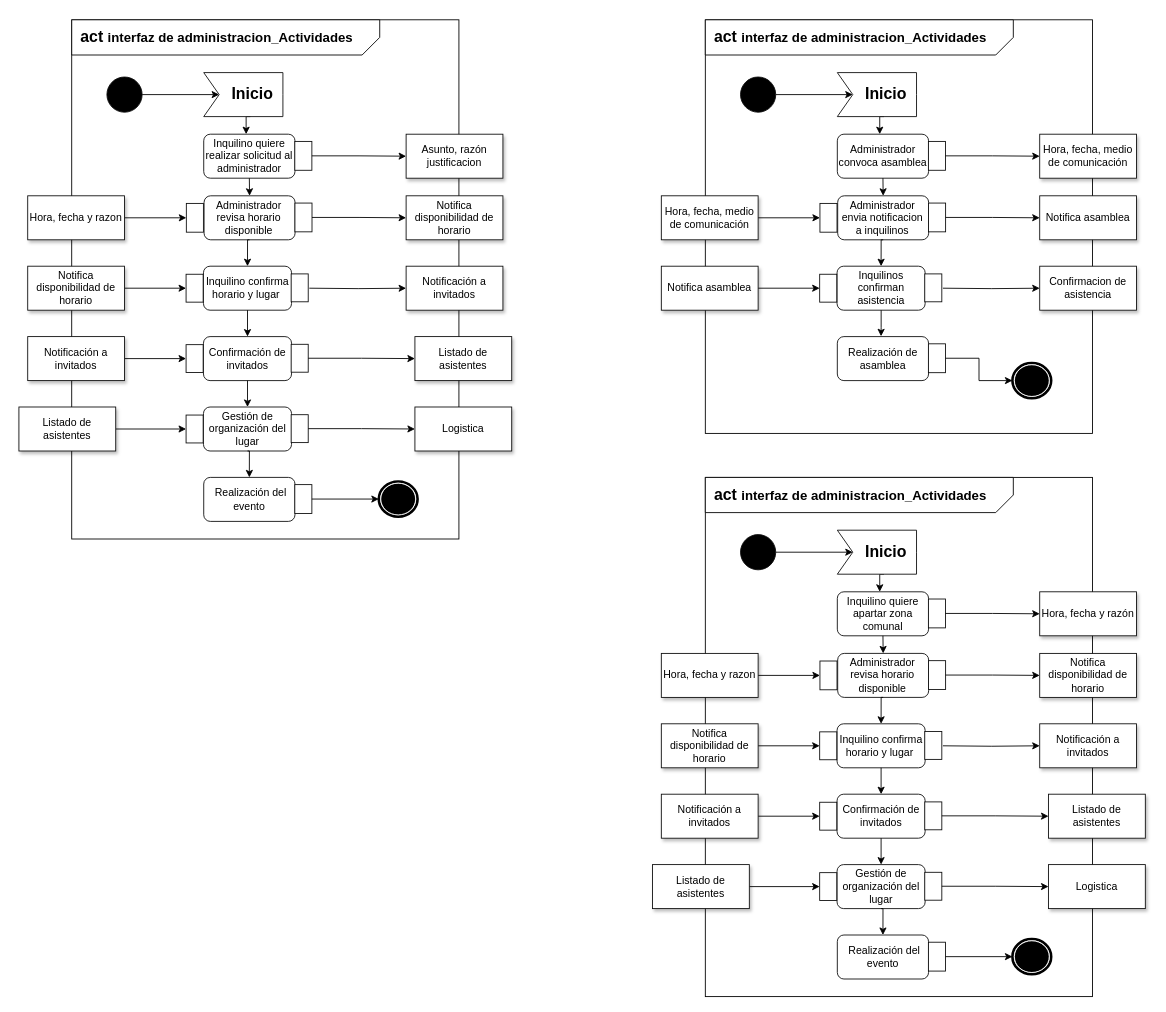
The draw.io diagram Untitled Diagram.drawio in mnivia/Administracion-unidades-cerradas, before the edit. Source tidied: cells renumbered, new cells numbered last; positions are measured from the earlier drawing's top-left corner, leaving out a move shared by most shapes. Both pictures are drawn from the tidied source at 88%, with x=0, y=0 at pixel (18, 19).
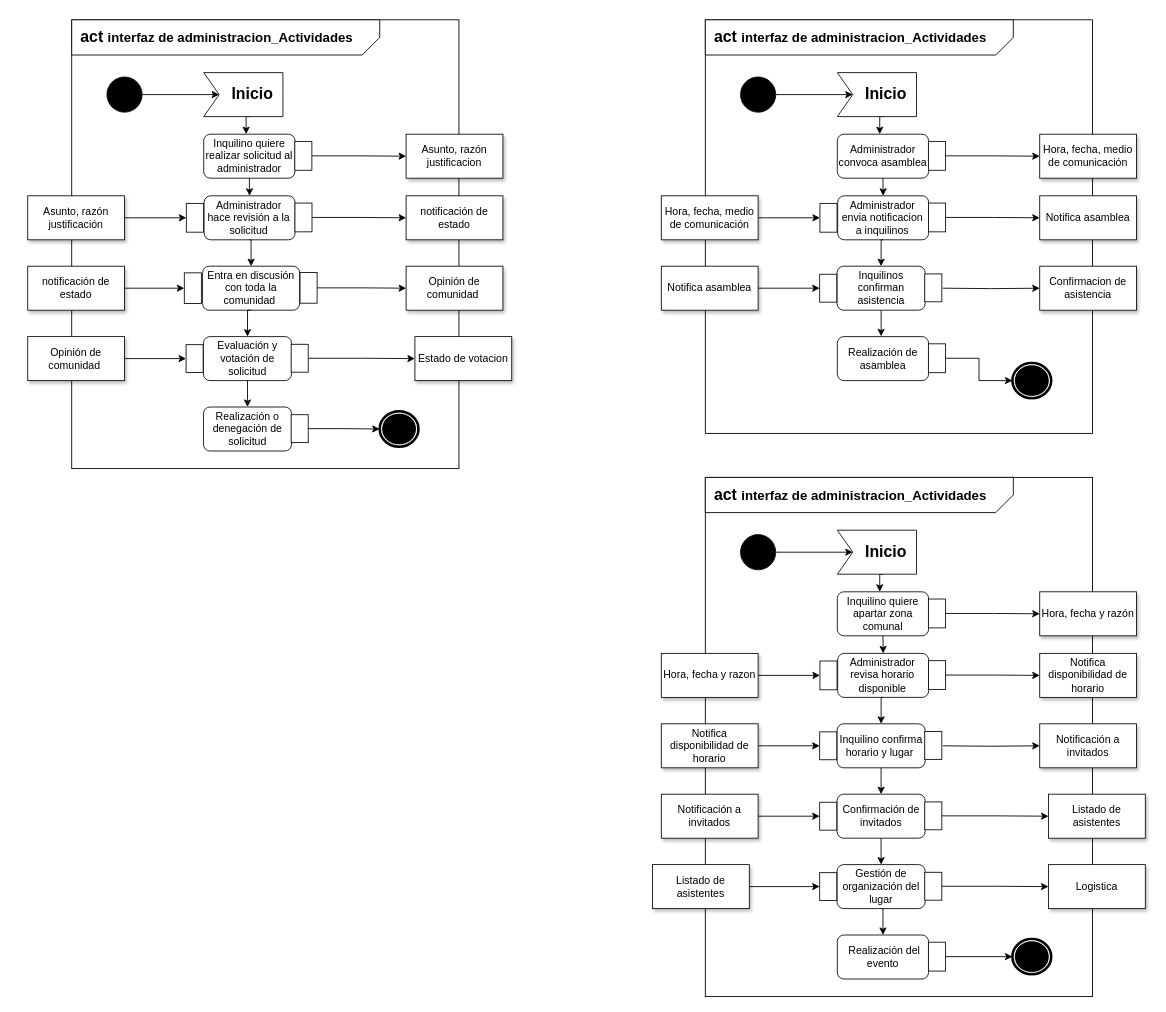
The same diagram, later.

Commit message (it also covers changes not shown here):
Diagrama de actividades

Unchanged cells that the change refers to:
```xml
<mxCell id="110" style="group;" parent="109" vertex="1">
  <mxGeometry x="20.4" width="129.6" height="50" as="geometry" />
</mxCell>
<mxCell id="138" style="group;" parent="137" vertex="1">
  <mxGeometry x="19.7" width="125.5" height="50" as="geometry" />
</mxCell>
<mxCell id="145" style="group;fontStyle=1;" parent="1" vertex="1">
  <mxGeometry x="190" y="440" width="145.2" height="50" as="geometry" />
</mxCell>
<mxCell id="146" style="group;" parent="145" vertex="1">
  <mxGeometry x="19.7" width="125.5" height="50" as="geometry" />
</mxCell>
<mxCell id="148" style="rounded=0;whiteSpace=wrap;html=1;strokeColor=#0D0D0D;fillColor=#FFFFFF;rotation=-90;" parent="146" vertex="1">
  <mxGeometry x="93.5" y="14.9" width="31.7" height="19.4" as="geometry" />
</mxCell>
```

The edit, as a diff of the source:
```diff
@@
     <mxCell id="98" style="rounded=0;whiteSpace=wrap;html=1;" parent="1" vertex="1">
-      <mxGeometry x="60" width="440" height="590" as="geometry" />
+      <mxGeometry x="60" width="440" height="510" as="geometry" />
     </mxCell>
@@
     <mxCell id="101" style="shape=mxgraph.bpmn.shape;html=1;verticalLabelPosition=bottom;labelBackgroundColor=#ffffff;verticalAlign=top;align=center;perimeter=ellipsePerimeter;outlineConnect=0;outline=end;symbol=terminate;" parent="1" vertex="1">
-      <mxGeometry x="409" y="524.6" width="44" height="40" as="geometry" />
+      <mxGeometry x="410" y="445" width="44" height="40" as="geometry" />
     </mxCell>
@@
-    <mxCell id="111" value="Administrador revisa horario disponible" style="rounded=1;whiteSpace=wrap;html=1;strokeColor=#0D0D0D;fillColor=#FFFFFF;" parent="110" vertex="1">
+    <mxCell id="111" value="Administrador hace revisión a la solicitud" style="rounded=1;whiteSpace=wrap;html=1;strokeColor=#0D0D0D;fillColor=#FFFFFF;" parent="110" vertex="1">
       <mxGeometry width="103.4" height="50" as="geometry" />
     </mxCell>
@@
-    <mxCell id="115" value="Notifica disponibilidad de horario" style="rounded=0;whiteSpace=wrap;html=1;strokeColor=#0D0D0D;fillColor=#FFFFFF;shadow=1;" parent="1" vertex="1">
+    <mxCell id="115" value="notificación de estado" style="rounded=0;whiteSpace=wrap;html=1;strokeColor=#0D0D0D;fillColor=#FFFFFF;shadow=1;" parent="1" vertex="1">
       <mxGeometry x="440" y="200" width="110" height="50" as="geometry" />
     </mxCell>
@@
-    <mxCell id="117" value="Notifica disponibilidad de horario" style="rounded=0;whiteSpace=wrap;html=1;strokeColor=#0D0D0D;fillColor=#FFFFFF;shadow=1;" parent="1" vertex="1">
+    <mxCell id="117" value="notificación de estado" style="rounded=0;whiteSpace=wrap;html=1;strokeColor=#0D0D0D;fillColor=#FFFFFF;shadow=1;" parent="1" vertex="1">
       <mxGeometry x="10" y="280" width="110" height="50" as="geometry" />
     </mxCell>
     <mxCell id="118" style="group;" parent="1" vertex="1">
-      <mxGeometry x="190" y="280" width="145.2" height="50" as="geometry" />
+      <mxGeometry x="187" y="280" width="160" height="50" as="geometry" />
     </mxCell>
     <mxCell id="119" style="group;" parent="118" vertex="1">
-      <mxGeometry x="19.7" width="125.5" height="50" as="geometry" />
+      <mxGeometry x="21.7" width="138.3" height="50" as="geometry" />
     </mxCell>
-    <mxCell id="120" value="Inquilino confirma horario y lugar&amp;nbsp;" style="rounded=1;whiteSpace=wrap;html=1;strokeColor=#0D0D0D;fillColor=#FFFFFF;" parent="119" vertex="1">
-      <mxGeometry width="100.1" height="50" as="geometry" />
+    <mxCell id="120" value="Entra en discusión con toda la comunidad&amp;nbsp;" style="rounded=1;whiteSpace=wrap;html=1;strokeColor=#0D0D0D;fillColor=#FFFFFF;" parent="119" vertex="1">
+      <mxGeometry width="110.3" height="50" as="geometry" />
     </mxCell>
     <mxCell id="121" style="rounded=0;whiteSpace=wrap;html=1;strokeColor=#0D0D0D;fillColor=#FFFFFF;rotation=-90;" parent="119" vertex="1">
-      <mxGeometry x="93.5" y="14.9" width="31.7" height="19.4" as="geometry" />
+      <mxGeometry x="103" y="14.9" width="34.9" height="19.4" as="geometry" />
     </mxCell>
     <mxCell id="122" style="rounded=0;whiteSpace=wrap;html=1;strokeColor=#0D0D0D;fillColor=#FFFFFF;rotation=-90;" parent="118" vertex="1">
-      <mxGeometry x="-6.2" y="15.3" width="31.7" height="19.4" as="geometry" />
+      <mxGeometry x="-6.8" y="15.3" width="34.9" height="19.4" as="geometry" />
     </mxCell>
@@
-    <mxCell id="124" value="Hora, fecha y razon" style="rounded=0;whiteSpace=wrap;html=1;strokeColor=#0D0D0D;fillColor=#FFFFFF;shadow=1;" parent="1" vertex="1">
+    <mxCell id="124" value="Asunto, razón justificación" style="rounded=0;whiteSpace=wrap;html=1;strokeColor=#0D0D0D;fillColor=#FFFFFF;shadow=1;" parent="1" vertex="1">
       <mxGeometry x="10" y="200" width="110" height="50" as="geometry" />
     </mxCell>
-    <mxCell id="125" value="Notificación a invitados" style="rounded=0;whiteSpace=wrap;html=1;strokeColor=#0D0D0D;fillColor=#FFFFFF;shadow=1;" parent="1" vertex="1">
+    <mxCell id="125" value="Opinión de comunidad&amp;nbsp;" style="rounded=0;whiteSpace=wrap;html=1;strokeColor=#0D0D0D;fillColor=#FFFFFF;shadow=1;" parent="1" vertex="1">
       <mxGeometry x="440" y="280" width="110" height="50" as="geometry" />
     </mxCell>
-    <mxCell id="126" style="group;" parent="1" vertex="1">
-      <mxGeometry x="210" y="520" width="130" height="50" as="geometry" />
-    </mxCell>
-    <mxCell id="127" value="&amp;nbsp;Realización del evento" style="rounded=1;whiteSpace=wrap;html=1;strokeColor=#0D0D0D;fillColor=#FFFFFF;" parent="126" vertex="1">
-      <mxGeometry width="103.7" height="50" as="geometry" />
-    </mxCell>
-    <mxCell id="128" style="rounded=0;whiteSpace=wrap;html=1;strokeColor=#0D0D0D;fillColor=#FFFFFF;rotation=-90;" parent="126" vertex="1">
-      <mxGeometry x="96.8" y="14.9" width="32.8" height="19.4" as="geometry" />
-    </mxCell>
@@
-    <mxCell id="131" style="edgeStyle=orthogonalEdgeStyle;rounded=0;jettySize=auto;html=1;entryX=0;entryY=0.5;entryDx=0;entryDy=0;" parent="1" edge="1" target="125">
-      <mxGeometry relative="1" as="geometry">
-        <mxPoint x="330" y="305" as="sourcePoint" />
-      </mxGeometry>
+    <mxCell id="131" style="edgeStyle=orthogonalEdgeStyle;rounded=0;jettySize=auto;html=1;entryX=0;entryY=0.5;entryDx=0;entryDy=0;exitX=0.5;exitY=1;exitDx=0;exitDy=0;" parent="1" edge="1" source="121" target="125">
+      <mxGeometry relative="1" as="geometry" />
     </mxCell>
@@
-    <mxCell id="134" style="edgeStyle=orthogonalEdgeStyle;rounded=0;jettySize=auto;html=1;exitX=0.5;exitY=1;exitDx=0;exitDy=0;entryX=0;entryY=0.5;entryDx=0;entryDy=0;" parent="1" edge="1" source="128" target="101">
-      <mxGeometry relative="1" as="geometry" />
-    </mxCell>
@@
-    <mxCell id="136" value="Notificación a invitados" style="rounded=0;whiteSpace=wrap;html=1;strokeColor=#0D0D0D;fillColor=#FFFFFF;shadow=1;" parent="1" vertex="1">
+    <mxCell id="136" value="Opinión de comunidad&amp;nbsp;" style="rounded=0;whiteSpace=wrap;html=1;strokeColor=#0D0D0D;fillColor=#FFFFFF;shadow=1;" parent="1" vertex="1">
       <mxGeometry x="10" y="360" width="110" height="50" as="geometry" />
     </mxCell>
@@
-    <mxCell id="139" value="Confirmación de invitados" style="rounded=1;whiteSpace=wrap;html=1;strokeColor=#0D0D0D;fillColor=#FFFFFF;" parent="138" vertex="1">
+    <mxCell id="139" value="Evaluación y votación de solicitud" style="rounded=1;whiteSpace=wrap;html=1;strokeColor=#0D0D0D;fillColor=#FFFFFF;" parent="138" vertex="1">
       <mxGeometry width="100.1" height="50" as="geometry" />
     </mxCell>
@@
-    <mxCell id="143" value="Listado de asistentes" style="rounded=0;whiteSpace=wrap;html=1;strokeColor=#0D0D0D;fillColor=#FFFFFF;shadow=1;" parent="1" vertex="1">
+    <mxCell id="143" value="Estado de votacion" style="rounded=0;whiteSpace=wrap;html=1;strokeColor=#0D0D0D;fillColor=#FFFFFF;shadow=1;" parent="1" vertex="1">
       <mxGeometry x="450" y="360" width="110" height="50" as="geometry" />
     </mxCell>
@@
-    <mxCell id="147" value="Gestión de organización del lugar" style="rounded=1;whiteSpace=wrap;html=1;strokeColor=#0D0D0D;fillColor=#FFFFFF;" parent="146" vertex="1">
+    <mxCell id="147" value="Realización o denegación de solicitud" style="rounded=1;whiteSpace=wrap;html=1;strokeColor=#0D0D0D;fillColor=#FFFFFF;" parent="146" vertex="1">
       <mxGeometry width="100.1" height="50" as="geometry" />
     </mxCell>
@@
-    <mxCell id="149" style="rounded=0;whiteSpace=wrap;html=1;strokeColor=#0D0D0D;fillColor=#FFFFFF;rotation=-90;" parent="145" vertex="1">
-      <mxGeometry x="-6.2" y="15.3" width="31.7" height="19.4" as="geometry" />
-    </mxCell>
-    <mxCell id="150" style="edgeStyle=orthogonalEdgeStyle;rounded=0;jettySize=auto;html=1;exitX=1;exitY=0.5;exitDx=0;exitDy=0;entryX=0.5;entryY=0;entryDx=0;entryDy=0;" parent="1" edge="1" source="151" target="149">
-      <mxGeometry relative="1" as="geometry" />
-    </mxCell>
-    <mxCell id="151" value="Listado de asistentes" style="rounded=0;whiteSpace=wrap;html=1;strokeColor=#0D0D0D;fillColor=#FFFFFF;shadow=1;" parent="1" vertex="1">
-      <mxGeometry y="440" width="110" height="50" as="geometry" />
-    </mxCell>
-    <mxCell id="152" value="Logistica" style="rounded=0;whiteSpace=wrap;html=1;strokeColor=#0D0D0D;fillColor=#FFFFFF;shadow=1;" parent="1" vertex="1">
-      <mxGeometry x="450" y="440" width="110" height="50" as="geometry" />
-    </mxCell>
-    <mxCell id="153" style="edgeStyle=orthogonalEdgeStyle;rounded=0;jettySize=auto;html=1;exitX=0.5;exitY=1;exitDx=0;exitDy=0;entryX=0;entryY=0.5;entryDx=0;entryDy=0;" parent="1" edge="1" source="148" target="152">
-      <mxGeometry relative="1" as="geometry" />
+    <mxCell id="153" style="edgeStyle=orthogonalEdgeStyle;rounded=0;jettySize=auto;html=1;exitX=0.5;exitY=1;exitDx=0;exitDy=0;" parent="1" edge="1" source="148">
+      <mxGeometry relative="1" as="geometry">
+        <mxPoint x="410" y="465" as="targetPoint" />
+      </mxGeometry>
     </mxCell>
@@
-    <mxCell id="155" style="edgeStyle=orthogonalEdgeStyle;rounded=0;jettySize=auto;html=1;exitX=0.5;exitY=1;exitDx=0;exitDy=0;entryX=0.5;entryY=0;entryDx=0;entryDy=0;" parent="1" edge="1" source="147" target="127">
-      <mxGeometry relative="1" as="geometry" />
-    </mxCell>
```
